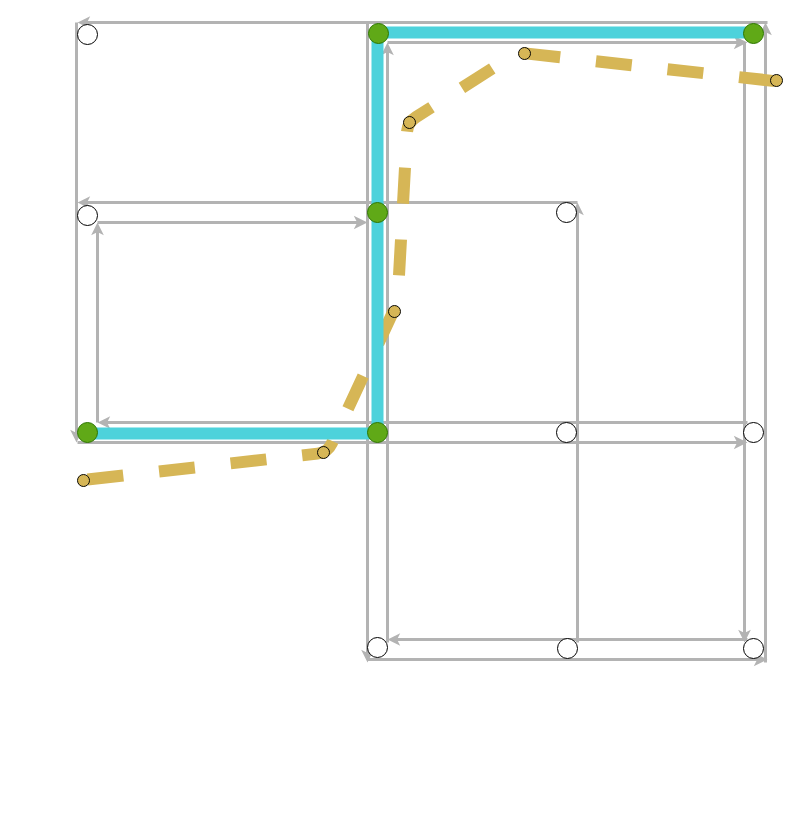
Earlier version of the draw.io diagram 未命名绘图.drawio (xunhs/FunctionalRegionalization). Source tidied: cells renumbered, new cells numbered last; positions are measured from the earlier drawing's top-left corner, leaving out a move shared by most shapes. Both pictures are drawn from the tidied source at 100%, with x=0, y=0 at pixel (76, 22).
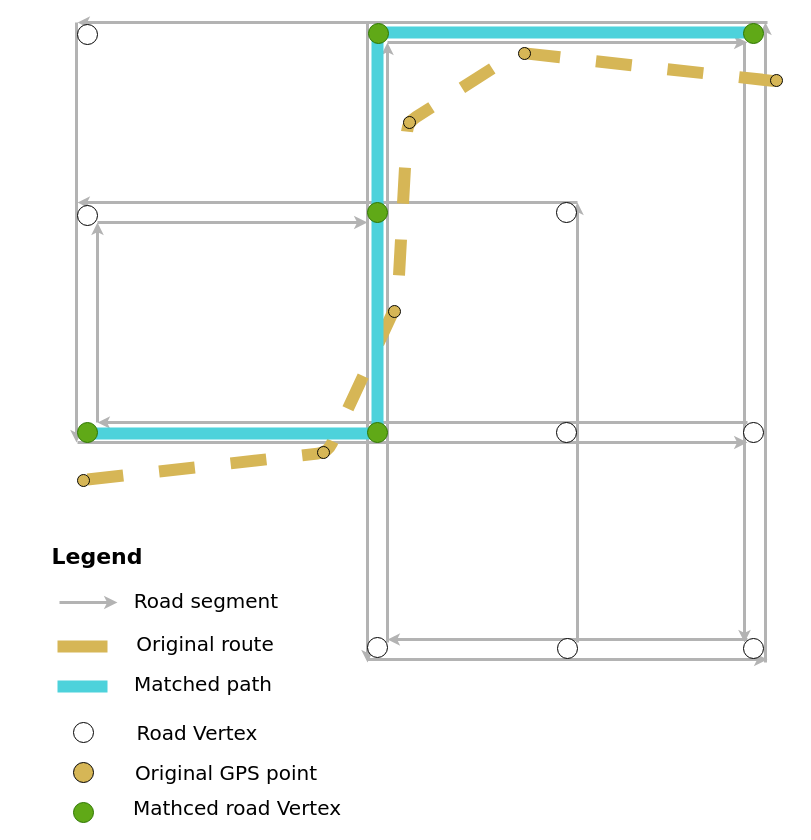
The same diagram, later.

Commit message:
更新未命名绘图.drawio

Diff of the diagram source:
```diff
@@
+    <mxCell id="38" value="Road segment" style="text;html=1;strokeColor=none;fillColor=none;align=center;verticalAlign=middle;whiteSpace=wrap;rounded=0;fontFamily=Verdana;fontSize=20;" parent="1" vertex="1">
+      <mxGeometry x="50" y="563" width="160" height="30" as="geometry" />
+    </mxCell>
+    <mxCell id="39" style="endArrow=classic;html=1;strokeColor=#B3B3B3;strokeWidth=3;endSize=4;endFill=1;" parent="1" edge="1">
+      <mxGeometry relative="1" as="geometry">
+        <mxPoint x="-17" y="580" as="sourcePoint" />
+        <mxPoint x="41" y="580" as="targetPoint" />
+      </mxGeometry>
+    </mxCell>
+    <mxCell id="40" style="endArrow=none;html=1;strokeColor=#d6b656;strokeWidth=12;endSize=10;endFill=0;fillColor=#fff2cc;" parent="1" edge="1">
+      <mxGeometry relative="1" as="geometry">
+        <mxPoint x="-19" y="624" as="sourcePoint" />
+        <mxPoint x="31" y="624" as="targetPoint" />
+      </mxGeometry>
+    </mxCell>
+    <mxCell id="41" value="Original route" style="text;html=1;strokeColor=none;fillColor=none;align=center;verticalAlign=middle;whiteSpace=wrap;rounded=0;fontFamily=Verdana;fontSize=20;" parent="1" vertex="1">
+      <mxGeometry x="49" y="606" width="160" height="30" as="geometry" />
+    </mxCell>
+    <mxCell id="42" style="endArrow=none;html=1;strokeWidth=12;endSize=10;endFill=0;fillColor=#fff2cc;strokeColor=#4DD2DB;" parent="1" edge="1">
+      <mxGeometry relative="1" as="geometry">
+        <mxPoint x="-19" y="664" as="sourcePoint" />
+        <mxPoint x="31" y="664" as="targetPoint" />
+      </mxGeometry>
+    </mxCell>
+    <mxCell id="43" value="Matched path" style="text;html=1;strokeColor=none;fillColor=none;align=center;verticalAlign=middle;whiteSpace=wrap;rounded=0;fontFamily=Verdana;fontSize=20;" parent="1" vertex="1">
+      <mxGeometry x="47" y="645.5" width="160" height="30" as="geometry" />
+    </mxCell>
+    <mxCell id="44" style="ellipse;whiteSpace=wrap;html=1;" parent="1" vertex="1">
+      <mxGeometry x="-3" y="700" width="20" height="20" as="geometry" />
+    </mxCell>
+    <mxCell id="45" value="Road Vertex" style="text;html=1;strokeColor=none;fillColor=none;align=center;verticalAlign=middle;whiteSpace=wrap;rounded=0;fontFamily=Verdana;fontSize=20;" parent="1" vertex="1">
+      <mxGeometry x="41" y="695" width="160" height="30" as="geometry" />
+    </mxCell>
+    <mxCell id="46" style="ellipse;whiteSpace=wrap;html=1;fillColor=#60a917;strokeColor=#2D7600;fontColor=#ffffff;" parent="1" vertex="1">
+      <mxGeometry x="-3" y="780" width="20" height="20" as="geometry" />
+    </mxCell>
+    <mxCell id="47" value="Mathced road Vertex" style="text;html=1;strokeColor=none;fillColor=none;align=center;verticalAlign=middle;whiteSpace=wrap;rounded=0;fontFamily=Verdana;fontSize=20;" parent="1" vertex="1">
+      <mxGeometry x="41" y="770" width="240" height="30" as="geometry" />
+    </mxCell>
+    <mxCell id="48" value="&lt;b&gt;&lt;font style=&quot;font-size: 22px&quot;&gt;Legend&lt;/font&gt;&lt;/b&gt;" style="text;html=1;strokeColor=none;fillColor=none;align=center;verticalAlign=middle;whiteSpace=wrap;rounded=0;fontFamily=Verdana;fontSize=20;" parent="1" vertex="1">
+      <mxGeometry x="-59" y="520" width="160" height="30" as="geometry" />
+    </mxCell>
+    <mxCell id="49" style="ellipse;whiteSpace=wrap;html=1;fillColor=#D6B656;" parent="1" vertex="1">
+      <mxGeometry x="-3" y="740" width="20" height="20" as="geometry" />
+    </mxCell>
+    <mxCell id="50" value="Original GPS point" style="text;html=1;strokeColor=none;fillColor=none;align=center;verticalAlign=middle;whiteSpace=wrap;rounded=0;fontFamily=Verdana;fontSize=20;" parent="1" vertex="1">
+      <mxGeometry x="45" y="735" width="210" height="30" as="geometry" />
+    </mxCell>
```
